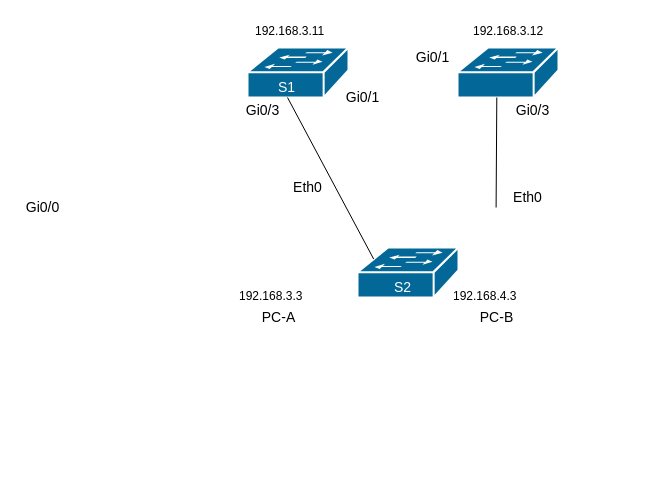
Before: Labs/Lab2/LAB2.drawio in AlexandrIII/Networks, a draw.io diagram. Source tidied: cells renumbered, new cells numbered last; positions are measured from the earlier drawing's top-left corner, leaving out a move shared by most shapes. Both pictures are drawn from the tidied source at 100%, with x=0, y=0 at pixel (17, 17).
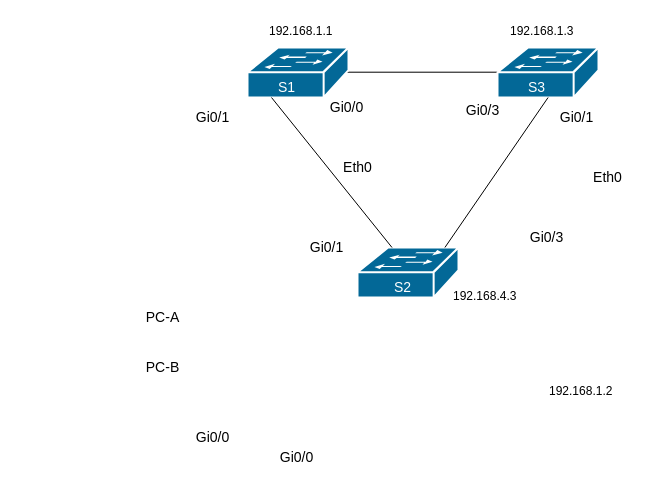
The same page after the edit.

The change refers to these unchanged cells:
```xml
<mxCell id="2" style="shape=mxgraph.cisco.switches.workgroup_switch;html=1;dashed=0;fillColor=#036897;strokeColor=#ffffff;strokeWidth=2;verticalLabelPosition=bottom;verticalAlign=top;align=center;outlineConnect=0;" parent="1" vertex="1">
  <mxGeometry x="340" y="230" width="101" height="50" as="geometry" />
</mxCell>
```

The edit, as a diff of the source:
```diff
@@
+    <mxCell id="22" style="endArrow=none;html=1;" parent="1" edge="1">
+      <mxGeometry relative="1" as="geometry">
+        <mxPoint x="520" y="54.7" as="sourcePoint" />
+        <mxPoint x="310" y="54.7" as="targetPoint" />
+      </mxGeometry>
+    </mxCell>
@@
     <mxCell id="3" style="shape=mxgraph.cisco.switches.workgroup_switch;html=1;dashed=0;fillColor=#036897;strokeColor=#ffffff;strokeWidth=2;verticalLabelPosition=bottom;verticalAlign=top;align=center;" parent="1" vertex="1">
-      <mxGeometry x="440" y="30" width="101" height="50" as="geometry" />
+      <mxGeometry x="480" y="30" width="101" height="50" as="geometry" />
     </mxCell>
@@
-    <mxCell id="5" style="endArrow=none;html=1;exitX=0.16;exitY=0.23;exitDx=0;exitDy=0;exitPerimeter=0;" parent="1" edge="1" source="2">
-      <mxGeometry relative="1" as="geometry">
-        <mxPoint x="270" y="80" as="targetPoint" />
-      </mxGeometry>
-    </mxCell>
-    <mxCell id="6" style="endArrow=none;html=1;" parent="1" edge="1">
-      <mxGeometry relative="1" as="geometry">
-        <mxPoint x="478.6" y="190" as="sourcePoint" />
-        <mxPoint x="479.3" y="80" as="targetPoint" />
-      </mxGeometry>
-    </mxCell>
@@
     <mxCell id="9" value="&lt;font style=&quot;font-size: 14px&quot;&gt;PC-A&lt;/font&gt;" style="text;html=1;align=center;verticalAlign=middle;fillColor=none;strokeColor=none;rounded=0;" parent="1" vertex="1">
-      <mxGeometry x="235.5" y="290" width="50" height="20" as="geometry" />
+      <mxGeometry x="120" y="290" width="50" height="20" as="geometry" />
     </mxCell>
     <mxCell id="10" value="&lt;font style=&quot;font-size: 14px&quot;&gt;PC-B&lt;/font&gt;" style="text;html=1;align=center;verticalAlign=middle;fillColor=none;strokeColor=none;rounded=0;" parent="1" vertex="1">
-      <mxGeometry x="454" y="290" width="50" height="20" as="geometry" />
+      <mxGeometry x="120" y="340" width="50" height="20" as="geometry" />
     </mxCell>
     <mxCell id="11" value="&lt;font style=&quot;font-size: 14px&quot;&gt;Gi0/0&lt;/font&gt;" style="text;html=1;align=center;verticalAlign=middle;fillColor=none;strokeColor=none;rounded=0;" parent="1" vertex="1">
-      <mxGeometry y="180" width="50" height="20" as="geometry" />
+      <mxGeometry x="304" y="80" width="50" height="20" as="geometry" />
     </mxCell>
     <mxCell id="12" value="&lt;font style=&quot;font-size: 14px&quot;&gt;Gi0/1&lt;/font&gt;" style="text;html=1;align=center;verticalAlign=middle;fillColor=none;strokeColor=none;rounded=0;" parent="1" vertex="1">
-      <mxGeometry x="320" y="70" width="50" height="20" as="geometry" />
+      <mxGeometry x="170" y="90" width="50" height="20" as="geometry" />
     </mxCell>
     <mxCell id="13" value="&lt;font style=&quot;font-size: 14px&quot;&gt;Gi0/1&lt;/font&gt;" style="text;html=1;align=center;verticalAlign=middle;fillColor=none;strokeColor=none;rounded=0;" parent="1" vertex="1">
-      <mxGeometry x="390" y="30" width="50" height="20" as="geometry" />
+      <mxGeometry x="284" y="220" width="50" height="20" as="geometry" />
     </mxCell>
-    <mxCell id="14" value="&lt;font style=&quot;font-size: 14px&quot;&gt;Gi0/3&lt;/font&gt;" style="text;html=1;align=center;verticalAlign=middle;fillColor=none;strokeColor=none;rounded=0;" parent="1" vertex="1">
-      <mxGeometry x="220" y="83" width="50" height="20" as="geometry" />
+    <mxCell id="14" value="&lt;font style=&quot;font-size: 14px&quot;&gt;Gi0/0&lt;/font&gt;" style="text;html=1;align=center;verticalAlign=middle;fillColor=none;strokeColor=none;rounded=0;" parent="1" vertex="1">
+      <mxGeometry x="170" y="410" width="50" height="20" as="geometry" />
     </mxCell>
     <mxCell id="15" value="&lt;font style=&quot;font-size: 14px&quot;&gt;Gi0/3&lt;/font&gt;" style="text;html=1;align=center;verticalAlign=middle;fillColor=none;strokeColor=none;rounded=0;" parent="1" vertex="1">
-      <mxGeometry x="490" y="83" width="50" height="20" as="geometry" />
+      <mxGeometry x="440" y="83" width="50" height="20" as="geometry" />
     </mxCell>
     <mxCell id="16" value="&lt;font style=&quot;font-size: 14px&quot;&gt;Eth0&lt;/font&gt;" style="text;html=1;align=center;verticalAlign=middle;fillColor=none;strokeColor=none;rounded=0;" parent="1" vertex="1">
-      <mxGeometry x="270" y="160" width="40" height="20" as="geometry" />
+      <mxGeometry x="320" y="140" width="40" height="20" as="geometry" />
     </mxCell>
     <mxCell id="17" value="&lt;font style=&quot;font-size: 14px&quot;&gt;Eth0&lt;/font&gt;" style="text;html=1;align=center;verticalAlign=middle;fillColor=none;strokeColor=none;rounded=0;" parent="1" vertex="1">
-      <mxGeometry x="490" y="170" width="40" height="20" as="geometry" />
+      <mxGeometry x="570" y="150" width="40" height="20" as="geometry" />
     </mxCell>
-    <mxCell id="18" value="192.168.3.11" style="text;whiteSpace=wrap;html=1;fontColor=#000000;" parent="1" vertex="1">
-      <mxGeometry x="235.5" width="90" height="30" as="geometry" />
+    <mxCell id="18" value="192.168.1.1" style="text;whiteSpace=wrap;html=1;fontColor=#000000;" parent="1" vertex="1">
+      <mxGeometry x="250" width="90" height="30" as="geometry" />
     </mxCell>
-    <mxCell id="19" value="192.168.3.12" style="text;whiteSpace=wrap;html=1;fontColor=#000000;" parent="1" vertex="1">
-      <mxGeometry x="454" width="90" height="30" as="geometry" />
+    <mxCell id="19" value="192.168.1.3" style="text;whiteSpace=wrap;html=1;fontColor=#000000;" parent="1" vertex="1">
+      <mxGeometry x="491" width="90" height="30" as="geometry" />
     </mxCell>
-    <mxCell id="20" value="192.168.3.3" style="text;whiteSpace=wrap;html=1;fontColor=#000000;" parent="1" vertex="1">
-      <mxGeometry x="220" y="265" width="90" height="30" as="geometry" />
+    <mxCell id="20" value="192.168.1.2" style="text;whiteSpace=wrap;html=1;fontColor=#000000;" parent="1" vertex="1">
+      <mxGeometry x="530" y="360" width="90" height="30" as="geometry" />
     </mxCell>
@@
+    <mxCell id="23" value="&lt;font style=&quot;font-size: 14px&quot;&gt;S3&lt;/font&gt;" style="text;html=1;align=center;verticalAlign=middle;fillColor=none;strokeColor=none;rounded=0;fontColor=#FFFFFF;" parent="1" vertex="1">
+      <mxGeometry x="504" y="60" width="30" height="20" as="geometry" />
+    </mxCell>
+    <mxCell id="24" style="endArrow=none;html=1;exitX=0.693;exitY=0;exitDx=0;exitDy=0;exitPerimeter=0;" parent="1" edge="1">
+      <mxGeometry relative="1" as="geometry">
+        <mxPoint x="427.4" y="230" as="sourcePoint" />
+        <mxPoint x="530.6" y="80" as="targetPoint" />
+      </mxGeometry>
+    </mxCell>
+    <mxCell id="25" style="endArrow=none;html=1;exitX=0.5;exitY=0;exitDx=0;exitDy=0;exitPerimeter=0;" parent="1" edge="1">
+      <mxGeometry relative="1" as="geometry">
+        <mxPoint x="374.5" y="230" as="sourcePoint" />
+        <mxPoint x="254" y="80" as="targetPoint" />
+      </mxGeometry>
+    </mxCell>
+    <mxCell id="26" value="&lt;font style=&quot;font-size: 14px&quot;&gt;Gi0/0&lt;/font&gt;" style="text;html=1;align=center;verticalAlign=middle;fillColor=none;strokeColor=none;rounded=0;" parent="1" vertex="1">
+      <mxGeometry x="254" y="430" width="50" height="20" as="geometry" />
+    </mxCell>
+    <mxCell id="27" value="&lt;font style=&quot;font-size: 14px&quot;&gt;Gi0/1&lt;/font&gt;" style="text;html=1;align=center;verticalAlign=middle;fillColor=none;strokeColor=none;rounded=0;" parent="1" vertex="1">
+      <mxGeometry x="534" y="90" width="50" height="20" as="geometry" />
+    </mxCell>
+    <mxCell id="28" value="&lt;font style=&quot;font-size: 14px&quot;&gt;Gi0/3&lt;/font&gt;" style="text;html=1;align=center;verticalAlign=middle;fillColor=none;strokeColor=none;rounded=0;" parent="1" vertex="1">
+      <mxGeometry x="504" y="210" width="50" height="20" as="geometry" />
+    </mxCell>
```
